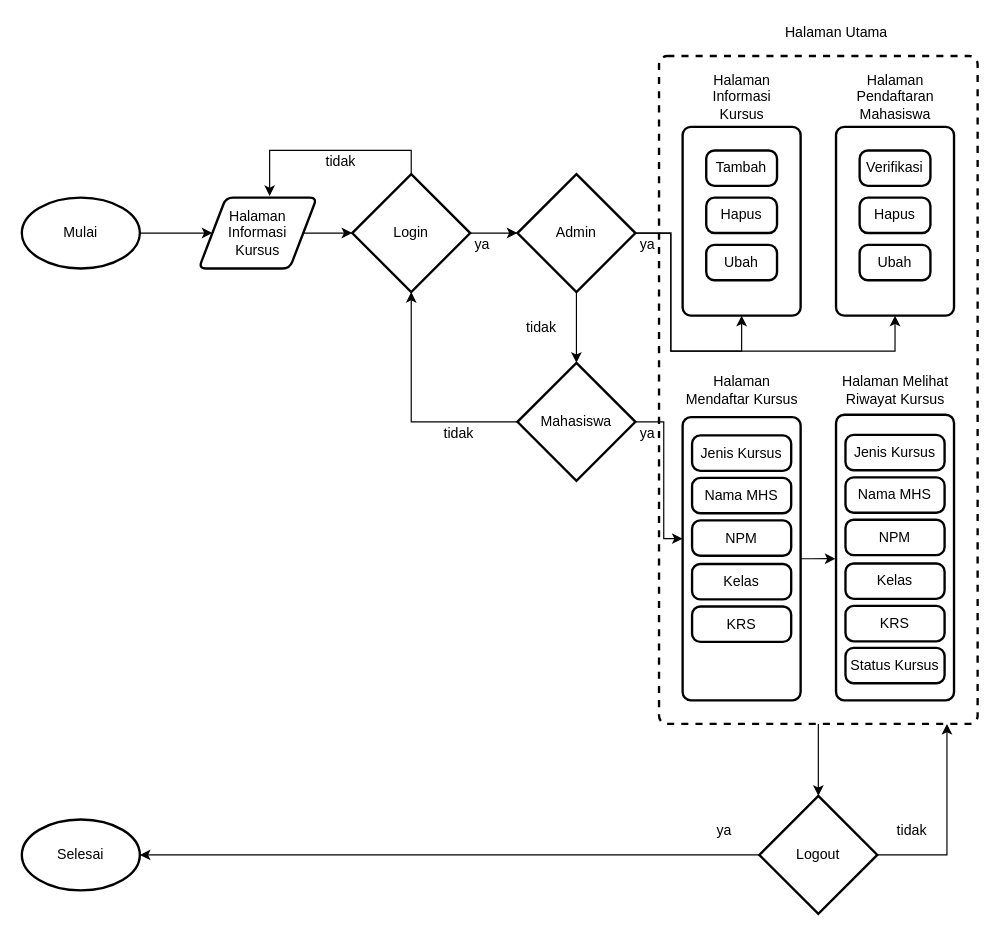
Dimas263/sistem-pendaftaran-kursus-bahasa-pemrograman keeps this draw.io diagram as page "Flowchart" (2 of 2) of Struktur Navigasi.drawio. Above is the earlier version. Source tidied: cells renumbered, new cells numbered last; positions are measured from the earlier drawing's top-left corner, leaving out a move shared by most shapes. Both pictures are drawn from the tidied source at 118%, with x=0, y=0 at pixel (21, 20).
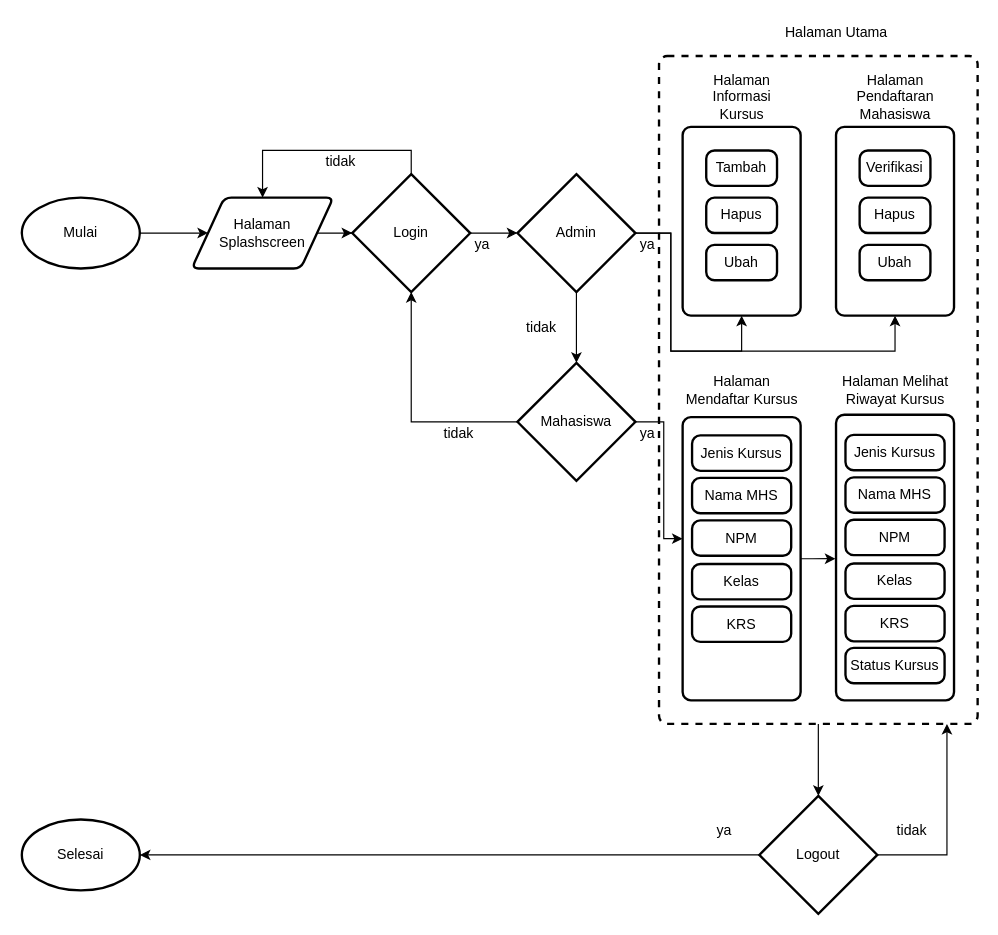
After the change.

Unchanged cells that the change refers to:
```xml
<mxCell id="9" value="Login" style="strokeWidth=2;html=1;shape=mxgraph.flowchart.decision;whiteSpace=wrap;" parent="1" vertex="1">
  <mxGeometry x="280" y="130" width="100" height="100" as="geometry" />
</mxCell>
```

What changed in the source:
```diff
@@
-    <mxCell id="6" value="Halaman Informasi &lt;br&gt;Kursus" style="shape=parallelogram;html=1;strokeWidth=2;perimeter=parallelogramPerimeter;whiteSpace=wrap;rounded=1;arcSize=12;size=0.23;" parent="1" vertex="1">
-      <mxGeometry x="150" y="150" width="100" height="60" as="geometry" />
+    <mxCell id="6" value="Halaman Splashscreen" style="shape=parallelogram;html=1;strokeWidth=2;perimeter=parallelogramPerimeter;whiteSpace=wrap;rounded=1;arcSize=12;size=0.23;" parent="1" vertex="1">
+      <mxGeometry x="144" y="150" width="120" height="60" as="geometry" />
     </mxCell>
-    <mxCell id="7" style="edgeStyle=orthogonalEdgeStyle;rounded=0;jettySize=auto;html=1;entryX=0.6;entryY=-0.024;entryDx=0;entryDy=0;entryPerimeter=0;" parent="1" edge="1" source="9" target="6">
+    <mxCell id="7" style="edgeStyle=orthogonalEdgeStyle;rounded=0;jettySize=auto;html=1;entryX=0.5;entryY=0;entryDx=0;entryDy=0;" parent="1" edge="1" source="9" target="6">
       <mxGeometry relative="1" as="geometry">
         <Array as="points">
           <mxPoint x="330" y="110" />
-          <mxPoint x="210" y="110" />
+          <mxPoint x="204" y="110" />
         </Array>
       </mxGeometry>
     </mxCell>
```
